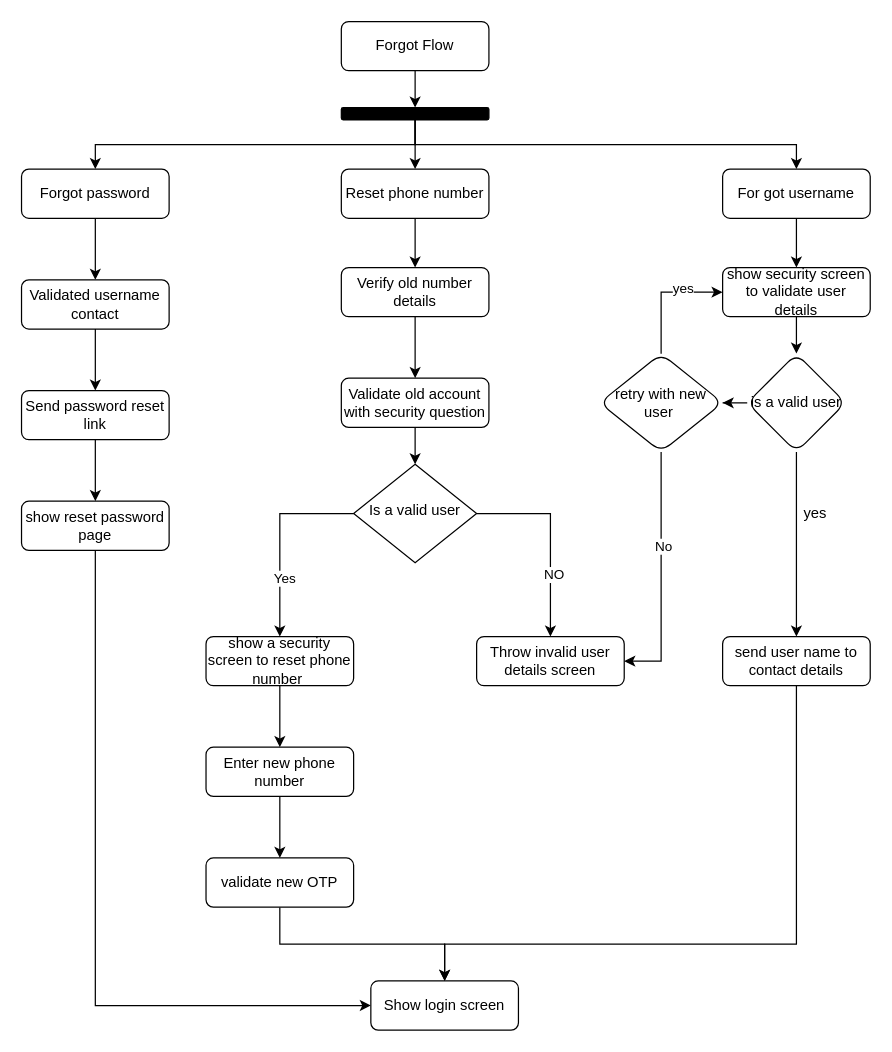
This is Untitled Diagram.drawio from sunnyg522/airtable, a draw.io file, before an edit. Source tidied: cells renumbered, new cells numbered last; positions are measured from the earlier drawing's top-left corner, leaving out a move shared by most shapes. Both pictures are drawn from the tidied source at 123%, with x=0, y=0 at pixel (21, 21).
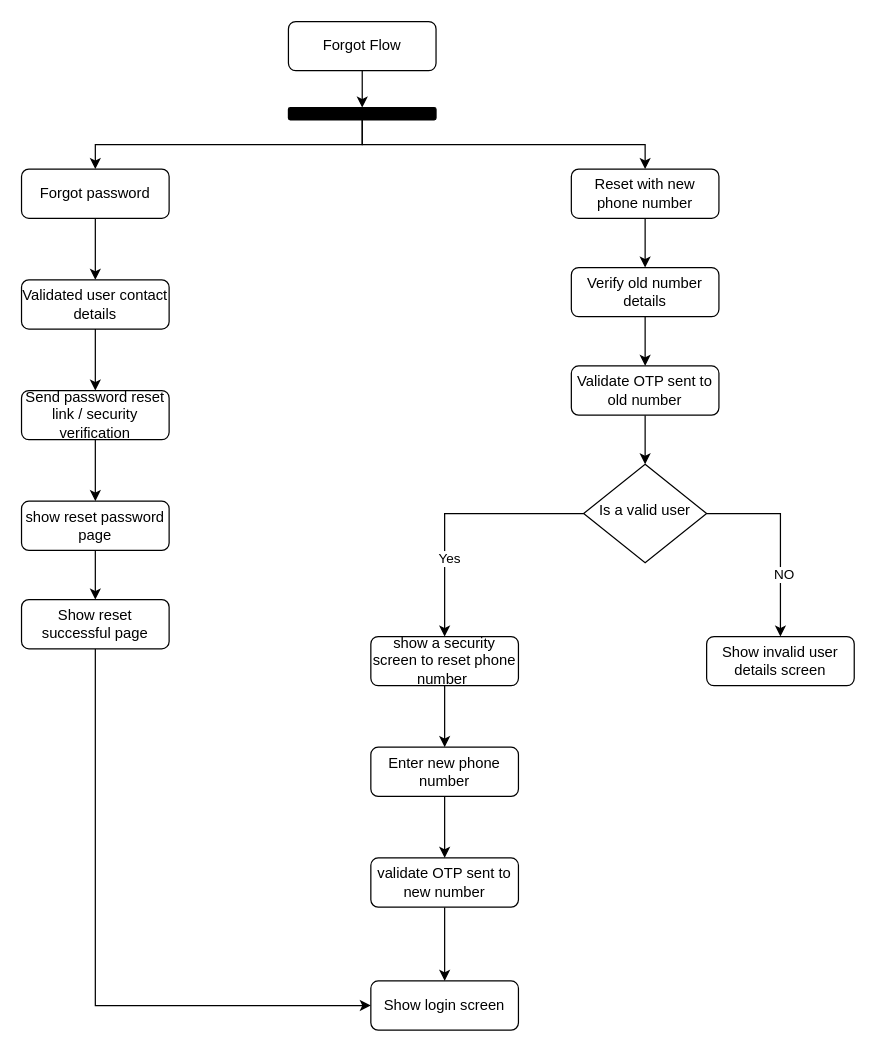
The same diagram, later.

Commit message:
Forgot Flow

Unchanged cells that the change refers to:
```xml
<mxCell id="25" value="show reset password page" style="rounded=1;whiteSpace=wrap;html=1;fontSize=12;glass=0;strokeWidth=1;shadow=0;" parent="1" vertex="1">
  <mxGeometry y="390" width="120" height="40" as="geometry" />
</mxCell>
<mxCell id="49" value="Show login screen" style="whiteSpace=wrap;html=1;rounded=1;glass=0;strokeWidth=1;shadow=0;" parent="1" vertex="1">
  <mxGeometry x="284" y="780" width="120" height="40" as="geometry" />
</mxCell>
```

Change to the diagram source:
```diff
@@
     <mxCell id="3" value="Forgot Flow" style="rounded=1;whiteSpace=wrap;html=1;fontSize=12;glass=0;strokeWidth=1;shadow=0;" parent="1" vertex="1">
-      <mxGeometry x="260" width="120" height="40" as="geometry" />
+      <mxGeometry x="217" width="120" height="40" as="geometry" />
     </mxCell>
@@
     <mxCell id="5" value="show a security screen to reset phone number&amp;nbsp;" style="rounded=1;whiteSpace=wrap;html=1;fontSize=12;glass=0;strokeWidth=1;shadow=0;" parent="1" vertex="1">
-      <mxGeometry x="150" y="500" width="120" height="40" as="geometry" />
+      <mxGeometry x="284" y="500" width="120" height="40" as="geometry" />
     </mxCell>
@@
-    <mxCell id="9" value="Reset phone number" style="rounded=1;whiteSpace=wrap;html=1;fontSize=12;glass=0;strokeWidth=1;shadow=0;" parent="1" vertex="1">
-      <mxGeometry x="260" y="120" width="120" height="40" as="geometry" />
+    <mxCell id="9" value="Reset with new phone number" style="rounded=1;whiteSpace=wrap;html=1;fontSize=12;glass=0;strokeWidth=1;shadow=0;" parent="1" vertex="1">
+      <mxGeometry x="447" y="120" width="120" height="40" as="geometry" />
     </mxCell>
@@
     <mxCell id="14" value="Is a valid user" style="rhombus;whiteSpace=wrap;html=1;shadow=0;fontFamily=Helvetica;fontSize=12;align=center;strokeWidth=1;spacing=6;spacingTop=-4;" parent="1" vertex="1">
-      <mxGeometry x="270" y="360" width="100" height="80" as="geometry" />
+      <mxGeometry x="457" y="360" width="100" height="80" as="geometry" />
     </mxCell>
@@
     <mxCell id="16" value="Enter new phone number" style="rounded=1;whiteSpace=wrap;html=1;fontSize=12;glass=0;strokeWidth=1;shadow=0;" parent="1" vertex="1">
-      <mxGeometry x="150" y="590" width="120" height="40" as="geometry" />
+      <mxGeometry x="284" y="590" width="120" height="40" as="geometry" />
     </mxCell>
@@
-    <mxCell id="18" value="validate new OTP" style="rounded=1;whiteSpace=wrap;html=1;fontSize=12;glass=0;strokeWidth=1;shadow=0;" parent="1" vertex="1">
-      <mxGeometry x="150" y="680" width="120" height="40" as="geometry" />
+    <mxCell id="18" value="validate OTP sent to new number" style="rounded=1;whiteSpace=wrap;html=1;fontSize=12;glass=0;strokeWidth=1;shadow=0;" parent="1" vertex="1">
+      <mxGeometry x="284" y="680" width="120" height="40" as="geometry" />
     </mxCell>
-    <mxCell id="19" value="Throw invalid user details screen" style="rounded=1;whiteSpace=wrap;html=1;fontSize=12;glass=0;strokeWidth=1;shadow=0;" parent="1" vertex="1">
-      <mxGeometry x="370" y="500" width="120" height="40" as="geometry" />
+    <mxCell id="19" value="Show invalid user details screen" style="rounded=1;whiteSpace=wrap;html=1;fontSize=12;glass=0;strokeWidth=1;shadow=0;" parent="1" vertex="1">
+      <mxGeometry x="557" y="500" width="120" height="40" as="geometry" />
     </mxCell>
@@
-    <mxCell id="21" value="Validated username contact" style="rounded=1;whiteSpace=wrap;html=1;fontSize=12;glass=0;strokeWidth=1;shadow=0;" parent="1" vertex="1">
+    <mxCell id="21" value="Validated user contact details" style="rounded=1;whiteSpace=wrap;html=1;fontSize=12;glass=0;strokeWidth=1;shadow=0;" parent="1" vertex="1">
       <mxGeometry y="210" width="120" height="40" as="geometry" />
     </mxCell>
@@
-    <mxCell id="23" value="Send password reset link" style="rounded=1;whiteSpace=wrap;html=1;fontSize=12;glass=0;strokeWidth=1;shadow=0;" parent="1" vertex="1">
+    <mxCell id="23" value="Send password reset link / security verification" style="rounded=1;whiteSpace=wrap;html=1;fontSize=12;glass=0;strokeWidth=1;shadow=0;" parent="1" vertex="1">
       <mxGeometry y="300" width="120" height="40" as="geometry" />
     </mxCell>
-    <mxCell id="24" style="edgeStyle=orthogonalEdgeStyle;rounded=0;jettySize=auto;html=1;exitX=0.5;exitY=1;exitDx=0;exitDy=0;entryX=0;entryY=0.5;entryDx=0;entryDy=0;" parent="1" edge="1" source="25" target="49">
-      <mxGeometry relative="1" as="geometry" />
-    </mxCell>
+    <mxCell id="50" style="edgeStyle=orthogonalEdgeStyle;rounded=0;jettySize=auto;html=1;exitX=0.5;exitY=1;exitDx=0;exitDy=0;" parent="1" edge="1" source="25" target="52">
+      <mxGeometry relative="1" as="geometry" />
+    </mxCell>
@@
     <mxCell id="27" value="Verify old number details" style="rounded=1;whiteSpace=wrap;html=1;fontSize=12;glass=0;strokeWidth=1;shadow=0;" parent="1" vertex="1">
-      <mxGeometry x="260" y="200" width="120" height="40" as="geometry" />
+      <mxGeometry x="447" y="200" width="120" height="40" as="geometry" />
     </mxCell>
@@
-    <mxCell id="29" value="Validate old account with security question" style="rounded=1;whiteSpace=wrap;html=1;fontSize=12;glass=0;strokeWidth=1;shadow=0;" parent="1" vertex="1">
-      <mxGeometry x="260" y="290" width="120" height="40" as="geometry" />
+    <mxCell id="29" value="Validate OTP sent to old number" style="rounded=1;whiteSpace=wrap;html=1;fontSize=12;glass=0;strokeWidth=1;shadow=0;" parent="1" vertex="1">
+      <mxGeometry x="447" y="280" width="120" height="40" as="geometry" />
     </mxCell>
-    <mxCell id="30" style="edgeStyle=orthogonalEdgeStyle;rounded=0;jettySize=auto;html=1;" parent="1" edge="1" source="31" target="33">
-      <mxGeometry relative="1" as="geometry" />
-    </mxCell>
-    <mxCell id="31" value="For got username" style="rounded=1;whiteSpace=wrap;html=1;fontSize=12;glass=0;strokeWidth=1;shadow=0;" parent="1" vertex="1">
-      <mxGeometry x="570" y="120" width="120" height="40" as="geometry" />
-    </mxCell>
-    <mxCell id="32" style="edgeStyle=orthogonalEdgeStyle;rounded=0;jettySize=auto;html=1;" parent="1" edge="1" source="33" target="36">
-      <mxGeometry relative="1" as="geometry" />
-    </mxCell>
-    <mxCell id="33" value="show security screen to validate user details" style="rounded=1;whiteSpace=wrap;html=1;fontSize=12;glass=0;strokeWidth=1;shadow=0;" parent="1" vertex="1">
-      <mxGeometry x="570" y="200" width="120" height="40" as="geometry" />
-    </mxCell>
-    <mxCell id="34" style="edgeStyle=orthogonalEdgeStyle;rounded=0;jettySize=auto;html=1;" parent="1" edge="1" source="36" target="38">
-      <mxGeometry relative="1" as="geometry" />
-    </mxCell>
-    <mxCell id="35" style="edgeStyle=orthogonalEdgeStyle;rounded=0;jettySize=auto;html=1;" parent="1" edge="1" source="36" target="44">
-      <mxGeometry relative="1" as="geometry" />
-    </mxCell>
-    <mxCell id="36" value="is a valid user" style="rhombus;whiteSpace=wrap;html=1;rounded=1;glass=0;strokeWidth=1;shadow=0;" parent="1" vertex="1">
-      <mxGeometry x="590" y="270" width="80" height="80" as="geometry" />
-    </mxCell>
-    <mxCell id="37" style="edgeStyle=orthogonalEdgeStyle;rounded=0;jettySize=auto;html=1;exitX=0.5;exitY=1;exitDx=0;exitDy=0;entryX=0.5;entryY=0;entryDx=0;entryDy=0;" parent="1" edge="1" source="38" target="49">
-      <mxGeometry relative="1" as="geometry">
-        <Array as="points">
-          <mxPoint x="630" y="750" />
-          <mxPoint x="344" y="750" />
-        </Array>
-      </mxGeometry>
-    </mxCell>
-    <mxCell id="38" value="send user name to contact details" style="whiteSpace=wrap;html=1;rounded=1;glass=0;strokeWidth=1;shadow=0;" parent="1" vertex="1">
-      <mxGeometry x="570" y="500" width="120" height="40" as="geometry" />
-    </mxCell>
-    <mxCell id="39" value="yes" style="text;html=1;align=center;verticalAlign=middle;strokeColor=none;fillColor=none;" parent="1" vertex="1">
-      <mxGeometry x="630" y="390" width="30" height="20" as="geometry" />
-    </mxCell>
-    <mxCell id="40" style="edgeStyle=orthogonalEdgeStyle;rounded=0;jettySize=auto;html=1;exitX=0.5;exitY=0;exitDx=0;exitDy=0;entryX=0;entryY=0.5;entryDx=0;entryDy=0;" parent="1" edge="1" source="44" target="33">
-      <mxGeometry relative="1" as="geometry" />
-    </mxCell>
-    <mxCell id="41" value="yes" style="edgeLabel;html=1;align=center;verticalAlign=middle;" parent="40" vertex="1">
-      <mxGeometry x="-0.03" y="5" relative="1" as="geometry">
-        <mxPoint x="22" y="-5" as="offset" />
-      </mxGeometry>
-    </mxCell>
-    <mxCell id="42" style="edgeStyle=orthogonalEdgeStyle;rounded=0;jettySize=auto;html=1;exitX=0.5;exitY=1;exitDx=0;exitDy=0;entryX=1;entryY=0.5;entryDx=0;entryDy=0;" parent="1" edge="1" source="44" target="19">
-      <mxGeometry relative="1" as="geometry" />
-    </mxCell>
-    <mxCell id="43" value="No" style="edgeLabel;html=1;align=center;verticalAlign=middle;" parent="42" vertex="1">
-      <mxGeometry x="-0.24" y="1" relative="1" as="geometry" />
-    </mxCell>
-    <mxCell id="44" value="retry with new user&amp;nbsp;" style="rhombus;whiteSpace=wrap;html=1;rounded=1;glass=0;strokeWidth=1;shadow=0;" parent="1" vertex="1">
-      <mxGeometry x="470" y="270" width="100" height="80" as="geometry" />
-    </mxCell>
@@
-    <mxCell id="46" style="edgeStyle=orthogonalEdgeStyle;rounded=0;jettySize=auto;html=1;exitX=0.5;exitY=1;exitDx=0;exitDy=0;" parent="1" edge="1" source="48" target="31">
-      <mxGeometry relative="1" as="geometry" />
-    </mxCell>
@@
     <mxCell id="48" style="rounded=1;whiteSpace=wrap;html=1;gradientColor=none;fillColor=#000000;" parent="1" vertex="1">
-      <mxGeometry x="260" y="70" width="120" height="10" as="geometry" />
+      <mxGeometry x="217" y="70" width="120" height="10" as="geometry" />
     </mxCell>
@@
+    <mxCell id="51" style="edgeStyle=orthogonalEdgeStyle;rounded=0;jettySize=auto;html=1;exitX=0.5;exitY=1;exitDx=0;exitDy=0;entryX=0;entryY=0.5;entryDx=0;entryDy=0;" parent="1" edge="1" source="52" target="49">
+      <mxGeometry relative="1" as="geometry" />
+    </mxCell>
+    <mxCell id="52" value="Show reset successful page" style="rounded=1;whiteSpace=wrap;html=1;fontSize=12;glass=0;strokeWidth=1;shadow=0;" parent="1" vertex="1">
+      <mxGeometry y="470" width="120" height="40" as="geometry" />
+    </mxCell>
```
